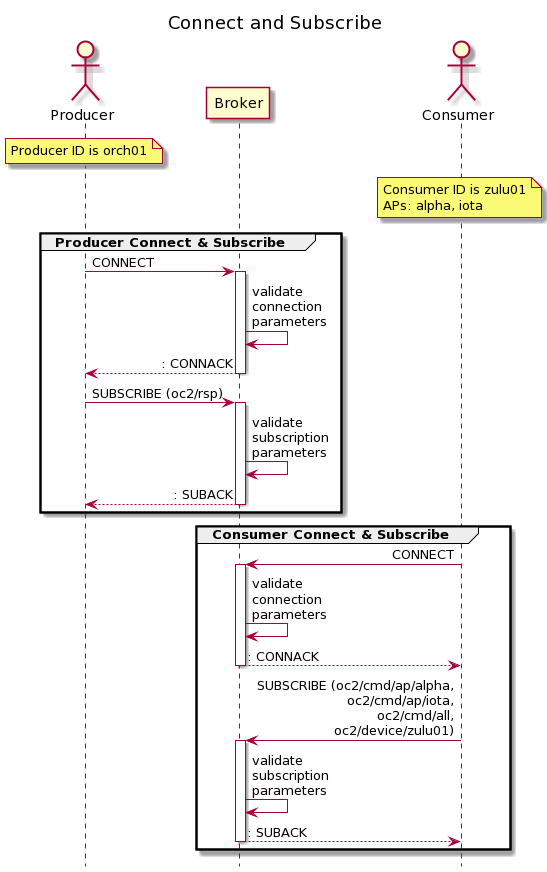
Above: images/con_sub.png in oasis-tcs/openc2-transf-mqtt (PlantUML), before the change.
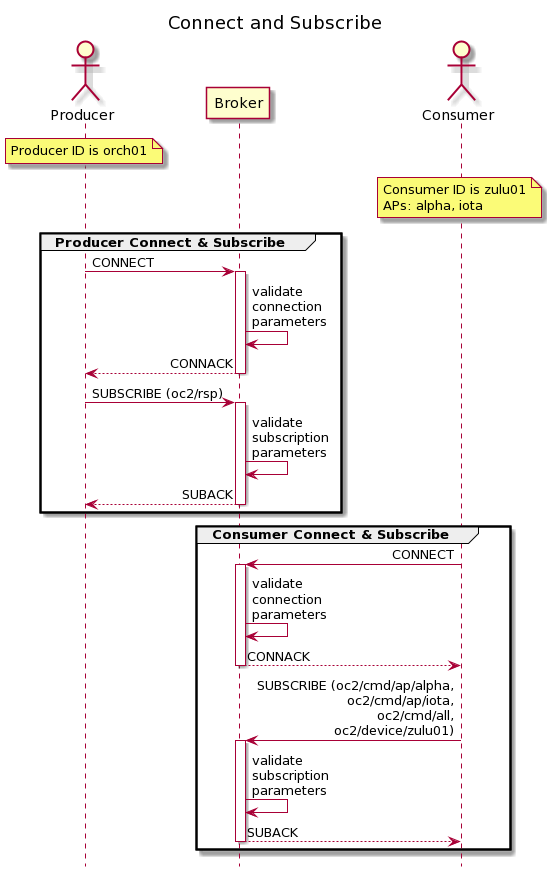
After the commit.

Commit message:
fix typos in con-sub diagram

The edit, as a diff of the source:
```diff
@@ -13,21 +13,21 @@
 P -> B : CONNECT
 activate B
 B -> B : validate\nconnection\nparameters
-return : CONNACK
+return CONNACK
 P -> B : SUBSCRIBE (oc2/rsp)
 activate B
 B -> B : validate\nsubscription\nparameters
-return : SUBACK
+return SUBACK
 end
 group Consumer Connect & Subscribe
 C -> B : CONNECT
 activate B
 B -> B : validate\nconnection\nparameters
-return : CONNACK
+return CONNACK
 C -> B : SUBSCRIBE (oc2/cmd/ap/alpha,\noc2/cmd/ap/iota,\noc2/cmd/all,\noc2/device/zulu01)
 activate B
 B -> B : validate\nsubscription\nparameters
 
-return : SUBACK
+return SUBACK
 end
 @enduml
```
